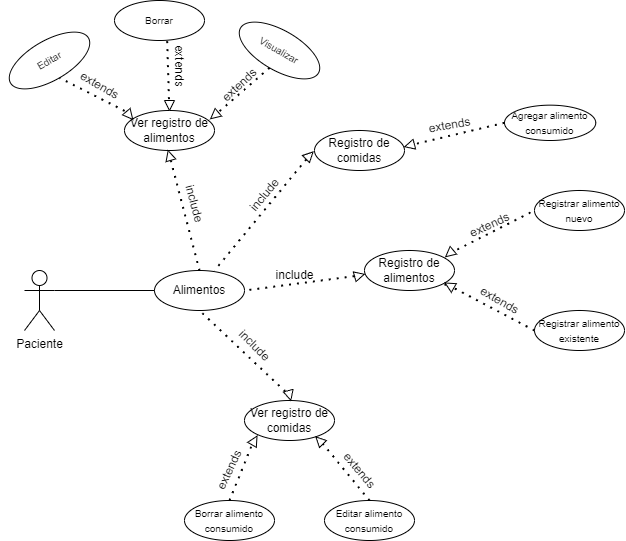
The draw.io diagram Diagrama sin título.drawio.png in SaulRC23/SISAC, before a commit. Source tidied: cells renumbered, new cells last; positions are measured from the earlier drawing's top-left corner, leaving out a move shared by most shapes. Its diagram source:
```xml
<mxGraphModel>
  <root>
    <mxCell id="0" />
    <mxCell id="1" parent="0" />
    <mxCell id="2" value="Paciente" style="shape=umlActor;verticalLabelPosition=bottom;verticalAlign=top;html=1;outlineConnect=0;" parent="1" vertex="1">
      <mxGeometry x="20" y="270" width="30" height="60" as="geometry" />
    </mxCell>
    <mxCell id="3" value="Alimentos" style="ellipse;whiteSpace=wrap;html=1;" parent="1" vertex="1">
      <mxGeometry x="150" y="270" width="90" height="40" as="geometry" />
    </mxCell>
    <mxCell id="4" style="endArrow=none;html=1;rounded=0;entryX=0;entryY=0.5;entryDx=0;entryDy=0;exitX=1;exitY=0.3333333333333333;exitDx=0;exitDy=0;exitPerimeter=0;" parent="1" edge="1" source="2" target="3">
      <mxGeometry relative="1" as="geometry" />
    </mxCell>
    <mxCell id="5" value="Registro de alimentos" style="ellipse;whiteSpace=wrap;html=1;" parent="1" vertex="1">
      <mxGeometry x="360" y="250" width="90" height="40" as="geometry" />
    </mxCell>
    <mxCell id="6" value="Registro de comidas" style="ellipse;whiteSpace=wrap;html=1;" parent="1" vertex="1">
      <mxGeometry x="310" y="130" width="90" height="40" as="geometry" />
    </mxCell>
    <mxCell id="7" value="Ver registro de comidas" style="ellipse;whiteSpace=wrap;html=1;" parent="1" vertex="1">
      <mxGeometry x="240" y="400" width="90" height="40" as="geometry" />
    </mxCell>
    <mxCell id="8" value="Ver registro de alimentos" style="ellipse;whiteSpace=wrap;html=1;" parent="1" vertex="1">
      <mxGeometry x="120" y="110" width="90" height="40" as="geometry" />
    </mxCell>
    <mxCell id="9" style="endArrow=none;dashed=1;html=1;dashPattern=1 3;strokeWidth=2;rounded=0;entryX=0.5;entryY=0;entryDx=0;entryDy=0;" parent="1" edge="1" source="10" target="3">
      <mxGeometry relative="1" as="geometry" />
    </mxCell>
    <mxCell id="10" style="triangle;whiteSpace=wrap;html=1;rotation=-106;" parent="1" vertex="1">
      <mxGeometry x="160" y="150" width="10" height="10" as="geometry" />
    </mxCell>
    <mxCell id="11" style="endArrow=none;dashed=1;html=1;dashPattern=1 3;strokeWidth=2;rounded=0;entryX=0.667;entryY=0;entryDx=0;entryDy=0;entryPerimeter=0;" parent="1" edge="1" source="12" target="3">
      <mxGeometry relative="1" as="geometry" />
    </mxCell>
    <mxCell id="12" style="triangle;whiteSpace=wrap;html=1;rotation=-45;" parent="1" vertex="1">
      <mxGeometry x="300" y="150" width="10" height="10" as="geometry" />
    </mxCell>
    <mxCell id="13" style="endArrow=none;dashed=1;html=1;dashPattern=1 3;strokeWidth=2;rounded=0;entryX=1;entryY=0.5;entryDx=0;entryDy=0;" parent="1" edge="1" source="14" target="3">
      <mxGeometry relative="1" as="geometry" />
    </mxCell>
    <mxCell id="14" style="triangle;whiteSpace=wrap;html=1;rotation=-15;" parent="1" vertex="1">
      <mxGeometry x="350" y="270" width="10" height="10" as="geometry" />
    </mxCell>
    <mxCell id="15" style="endArrow=none;dashed=1;html=1;dashPattern=1 3;strokeWidth=2;rounded=0;entryX=0.5;entryY=1;entryDx=0;entryDy=0;" parent="1" edge="1" source="16" target="3">
      <mxGeometry relative="1" as="geometry" />
    </mxCell>
    <mxCell id="16" style="triangle;whiteSpace=wrap;html=1;rotation=75;" parent="1" vertex="1">
      <mxGeometry x="280" y="390" width="10" height="10" as="geometry" />
    </mxCell>
    <mxCell id="17" value="include" style="text;html=1;align=center;verticalAlign=middle;strokeColor=none;fillColor=none;rotation=75;" parent="1" vertex="1">
      <mxGeometry x="160" y="188" width="60" height="30" as="geometry" />
    </mxCell>
    <mxCell id="18" value="include" style="text;html=1;align=center;verticalAlign=middle;strokeColor=none;fillColor=none;rotation=-50;" parent="1" vertex="1">
      <mxGeometry x="230" y="180" width="60" height="30" as="geometry" />
    </mxCell>
    <mxCell id="19" value="include" style="text;html=1;align=center;verticalAlign=middle;strokeColor=none;fillColor=none;rotation=0;" parent="1" vertex="1">
      <mxGeometry x="260" y="260" width="60" height="30" as="geometry" />
    </mxCell>
    <mxCell id="20" value="include" style="text;html=1;align=center;verticalAlign=middle;strokeColor=none;fillColor=none;rotation=45;" parent="1" vertex="1">
      <mxGeometry x="220" y="330" width="60" height="30" as="geometry" />
    </mxCell>
    <mxCell id="21" value="&lt;font style=&quot;font-size: 10px;&quot;&gt;Registrar alimento nuevo&lt;/font&gt;" style="ellipse;whiteSpace=wrap;html=1;" parent="1" vertex="1">
      <mxGeometry x="530" y="190" width="90" height="40" as="geometry" />
    </mxCell>
    <mxCell id="22" value="&lt;font style=&quot;font-size: 10px;&quot;&gt;Registrar alimento existente&lt;/font&gt;" style="ellipse;whiteSpace=wrap;html=1;" parent="1" vertex="1">
      <mxGeometry x="530" y="310" width="90" height="40" as="geometry" />
    </mxCell>
    <mxCell id="23" style="endArrow=none;dashed=1;html=1;dashPattern=1 3;strokeWidth=2;rounded=0;entryX=0;entryY=0.5;entryDx=0;entryDy=0;exitX=0.423;exitY=0.482;exitDx=0;exitDy=0;exitPerimeter=0;" parent="1" edge="1" source="24" target="21">
      <mxGeometry relative="1" as="geometry" />
    </mxCell>
    <mxCell id="24" style="triangle;whiteSpace=wrap;html=1;rotation=-220;" parent="1" vertex="1">
      <mxGeometry x="440" y="248" width="10" height="10" as="geometry" />
    </mxCell>
    <mxCell id="25" value="extends" style="text;html=1;align=center;verticalAlign=middle;strokeColor=none;fillColor=none;rotation=-25;" parent="1" vertex="1">
      <mxGeometry x="450" y="210" width="70" height="30" as="geometry" />
    </mxCell>
    <mxCell id="26" value="extends" style="text;html=1;align=center;verticalAlign=middle;strokeColor=none;fillColor=none;rotation=30;" parent="1" vertex="1">
      <mxGeometry x="460" y="285" width="70" height="30" as="geometry" />
    </mxCell>
    <mxCell id="27" style="endArrow=none;dashed=1;html=1;dashPattern=1 3;strokeWidth=2;rounded=0;exitX=0;exitY=0.5;exitDx=0;exitDy=0;" parent="1" edge="1" source="29" target="5">
      <mxGeometry relative="1" as="geometry" />
    </mxCell>
    <mxCell id="28" style="endArrow=none;dashed=1;html=1;dashPattern=1 3;strokeWidth=2;rounded=0;exitX=0;exitY=0.5;exitDx=0;exitDy=0;entryX=0;entryY=0.5;entryDx=0;entryDy=0;" parent="1" edge="1" source="22" target="29">
      <mxGeometry relative="1" as="geometry" />
    </mxCell>
    <mxCell id="29" style="triangle;whiteSpace=wrap;html=1;rotation=-150;" parent="1" vertex="1">
      <mxGeometry x="440" y="280" width="10" height="10" as="geometry" />
    </mxCell>
    <mxCell id="30" value="&lt;span style=&quot;font-size: 10px;&quot;&gt;Editar&lt;/span&gt;" style="ellipse;whiteSpace=wrap;html=1;rotation=-30;" parent="1" vertex="1">
      <mxGeometry y="40" width="90" height="40" as="geometry" />
    </mxCell>
    <mxCell id="31" value="&lt;span style=&quot;font-size: 10px;&quot;&gt;Borrar&lt;/span&gt;" style="ellipse;whiteSpace=wrap;html=1;" parent="1" vertex="1">
      <mxGeometry x="110" width="90" height="40" as="geometry" />
    </mxCell>
    <mxCell id="32" value="&lt;span style=&quot;font-size: 10px;&quot;&gt;Visualizar&lt;/span&gt;" style="ellipse;whiteSpace=wrap;html=1;rotation=30;" parent="1" vertex="1">
      <mxGeometry x="230" y="30" width="90" height="40" as="geometry" />
    </mxCell>
    <mxCell id="33" style="endArrow=none;dashed=1;html=1;dashPattern=1 3;strokeWidth=2;rounded=0;entryX=0.5;entryY=1;entryDx=0;entryDy=0;exitX=-0.161;exitY=0.577;exitDx=0;exitDy=0;exitPerimeter=0;" parent="1" edge="1" source="35" target="30">
      <mxGeometry relative="1" as="geometry" />
    </mxCell>
    <mxCell id="34" value="extends" style="text;html=1;align=center;verticalAlign=middle;strokeColor=none;fillColor=none;rotation=30;" parent="1" vertex="1">
      <mxGeometry x="60" y="70" width="70" height="30" as="geometry" />
    </mxCell>
    <mxCell id="35" style="triangle;whiteSpace=wrap;html=1;rotation=50;" parent="1" vertex="1">
      <mxGeometry x="120" y="110" width="10" height="10" as="geometry" />
    </mxCell>
    <mxCell id="36" value="extends" style="text;html=1;align=center;verticalAlign=middle;points=[];strokeColor=none;fillColor=none;rotation=90;" parent="1" vertex="1">
      <mxGeometry x="140" y="50" width="70" height="30" as="geometry" />
    </mxCell>
    <mxCell id="37" style="endArrow=none;dashed=1;html=1;dashPattern=1 3;strokeWidth=2;rounded=0;entryX=0.992;entryY=0.85;entryDx=0;entryDy=0;entryPerimeter=0;exitX=0.152;exitY=0.911;exitDx=0;exitDy=0;exitPerimeter=0;" parent="1" edge="1" source="36" target="36">
      <mxGeometry relative="1" as="geometry" />
    </mxCell>
    <mxCell id="38" style="triangle;whiteSpace=wrap;html=1;rotation=90;" parent="1" vertex="1">
      <mxGeometry x="160" y="100" width="10" height="10" as="geometry" />
    </mxCell>
    <mxCell id="39" style="endArrow=none;dashed=1;html=1;dashPattern=1 3;strokeWidth=2;rounded=0;entryX=0;entryY=0.5;entryDx=0;entryDy=0;exitX=0.5;exitY=1;exitDx=0;exitDy=0;" parent="1" edge="1" source="32" target="40">
      <mxGeometry relative="1" as="geometry" />
    </mxCell>
    <mxCell id="40" style="triangle;whiteSpace=wrap;html=1;rotation=-220;" parent="1" vertex="1">
      <mxGeometry x="205" y="110" width="10" height="10" as="geometry" />
    </mxCell>
    <mxCell id="41" value="extends" style="text;html=1;align=center;verticalAlign=middle;strokeColor=none;fillColor=none;rotation=-43;" parent="1" vertex="1">
      <mxGeometry x="200" y="70" width="70" height="30" as="geometry" />
    </mxCell>
    <mxCell id="42" value="&lt;span style=&quot;font-size: 10px;&quot;&gt;Agregar alimento consumido&lt;/span&gt;" style="ellipse;whiteSpace=wrap;html=1;rotation=0;" parent="1" vertex="1">
      <mxGeometry x="500" y="104.7" width="91.2" height="35.3" as="geometry" />
    </mxCell>
    <mxCell id="43" value="extends" style="text;html=1;align=center;verticalAlign=middle;strokeColor=none;fillColor=none;rotation=-10;" parent="1" vertex="1">
      <mxGeometry x="410" y="110" width="70" height="30" as="geometry" />
    </mxCell>
    <mxCell id="44" style="endArrow=none;dashed=1;html=1;dashPattern=1 3;strokeWidth=2;rounded=0;exitX=0;exitY=0.5;exitDx=0;exitDy=0;entryX=0;entryY=0.5;entryDx=0;entryDy=0;" parent="1" edge="1" source="42" target="45">
      <mxGeometry relative="1" as="geometry" />
    </mxCell>
    <mxCell id="45" style="triangle;whiteSpace=wrap;html=1;rotation=-195;" parent="1" vertex="1">
      <mxGeometry x="400" y="140" width="10" height="10" as="geometry" />
    </mxCell>
    <mxCell id="46" value="&lt;span style=&quot;font-size: 10px;&quot;&gt;Editar alimento consumido&lt;/span&gt;" style="ellipse;whiteSpace=wrap;html=1;" parent="1" vertex="1">
      <mxGeometry x="320" y="500" width="90" height="40" as="geometry" />
    </mxCell>
    <mxCell id="47" value="&lt;span style=&quot;font-size: 10px;&quot;&gt;Borrar alimento consumido&lt;/span&gt;" style="ellipse;whiteSpace=wrap;html=1;" parent="1" vertex="1">
      <mxGeometry x="180" y="500" width="90" height="40" as="geometry" />
    </mxCell>
    <mxCell id="48" value="extends" style="text;html=1;align=center;verticalAlign=middle;strokeColor=none;fillColor=none;rotation=50;" parent="1" vertex="1">
      <mxGeometry x="320" y="455" width="70" height="30" as="geometry" />
    </mxCell>
    <mxCell id="49" style="endArrow=none;dashed=1;html=1;dashPattern=1 3;strokeWidth=2;rounded=0;exitX=0.5;exitY=0;exitDx=0;exitDy=0;entryX=0;entryY=0.5;entryDx=0;entryDy=0;" parent="1" edge="1" source="46" target="50">
      <mxGeometry relative="1" as="geometry" />
    </mxCell>
    <mxCell id="50" style="triangle;whiteSpace=wrap;html=1;rotation=-135;" parent="1" vertex="1">
      <mxGeometry x="310" y="435" width="10" height="10" as="geometry" />
    </mxCell>
    <mxCell id="51" value="extends" style="text;html=1;align=center;verticalAlign=middle;strokeColor=none;fillColor=none;rotation=-65;" parent="1" vertex="1">
      <mxGeometry x="190" y="455" width="70" height="30" as="geometry" />
    </mxCell>
    <mxCell id="52" style="endArrow=none;dashed=1;html=1;dashPattern=1 3;strokeWidth=2;rounded=0;exitX=0.5;exitY=0;exitDx=0;exitDy=0;entryX=0;entryY=0.5;entryDx=0;entryDy=0;" parent="1" edge="1" source="47" target="53">
      <mxGeometry relative="1" as="geometry" />
    </mxCell>
    <mxCell id="53" style="triangle;whiteSpace=wrap;html=1;rotation=-60;" parent="1" vertex="1">
      <mxGeometry x="245" y="435" width="10" height="10" as="geometry" />
    </mxCell>
  </root>
</mxGraphModel>
```
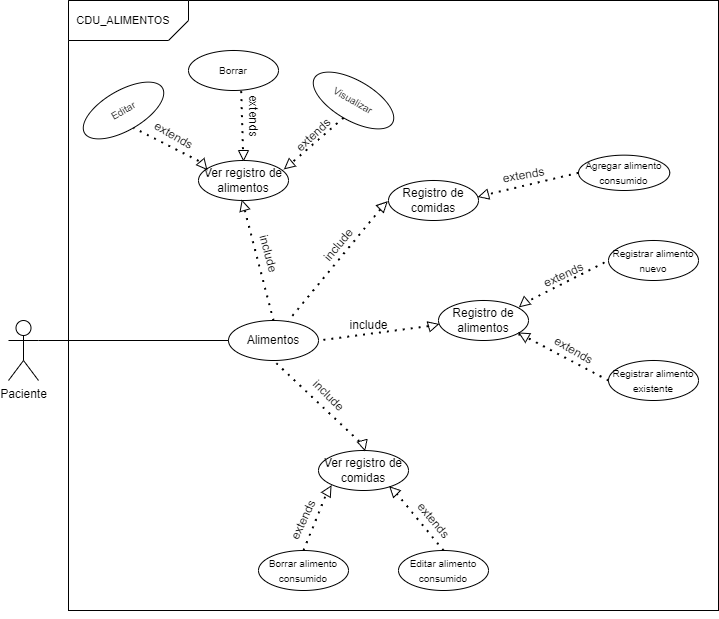
Later version of the same file.

Diff of the diagram source:
```diff
@@ -2,8 +2,11 @@
   <root>
     <mxCell id="0" />
     <mxCell id="1" parent="0" />
+    <mxCell id="54" style="rounded=0;whiteSpace=wrap;html=1;" parent="1" vertex="1">
+      <mxGeometry x="-10" y="-50" width="650" height="610" as="geometry" />
+    </mxCell>
     <mxCell id="2" value="Paciente" style="shape=umlActor;verticalLabelPosition=bottom;verticalAlign=top;html=1;outlineConnect=0;" parent="1" vertex="1">
-      <mxGeometry x="20" y="270" width="30" height="60" as="geometry" />
+      <mxGeometry x="-70" y="270" width="30" height="60" as="geometry" />
     </mxCell>
     <mxCell id="3" value="Alimentos" style="ellipse;whiteSpace=wrap;html=1;" parent="1" vertex="1">
       <mxGeometry x="150" y="270" width="90" height="40" as="geometry" />
@@ -158,5 +161,14 @@
     <mxCell id="53" style="triangle;whiteSpace=wrap;html=1;rotation=-60;" parent="1" vertex="1">
       <mxGeometry x="245" y="435" width="10" height="10" as="geometry" />
     </mxCell>
+    <mxCell id="55" style="verticalLabelPosition=bottom;verticalAlign=top;html=1;shape=card;whiteSpace=wrap;size=20;arcSize=12;rotation=-180;" parent="1" vertex="1">
+      <mxGeometry x="-10" y="-50" width="120" height="40" as="geometry" />
+    </mxCell>
+    <mxCell id="56" value="&lt;font style=&quot;font-size: 11px;&quot;&gt;CDU_ALIMENTOS&lt;/font&gt;" style="text;strokeColor=none;align=center;fillColor=none;html=1;verticalAlign=middle;whiteSpace=wrap;rounded=0;" parent="1" vertex="1">
+      <mxGeometry x="15" y="-45" width="60" height="30" as="geometry" />
+    </mxCell>
+    <mxCell id="57" style="edgeStyle=orthogonalEdgeStyle;rounded=0;orthogonalLoop=1;jettySize=auto;html=1;exitX=0.5;exitY=1;exitDx=0;exitDy=0;" parent="1" edge="1" source="54" target="54">
+      <mxGeometry relative="1" as="geometry" />
+    </mxCell>
   </root>
 </mxGraphModel>
```
